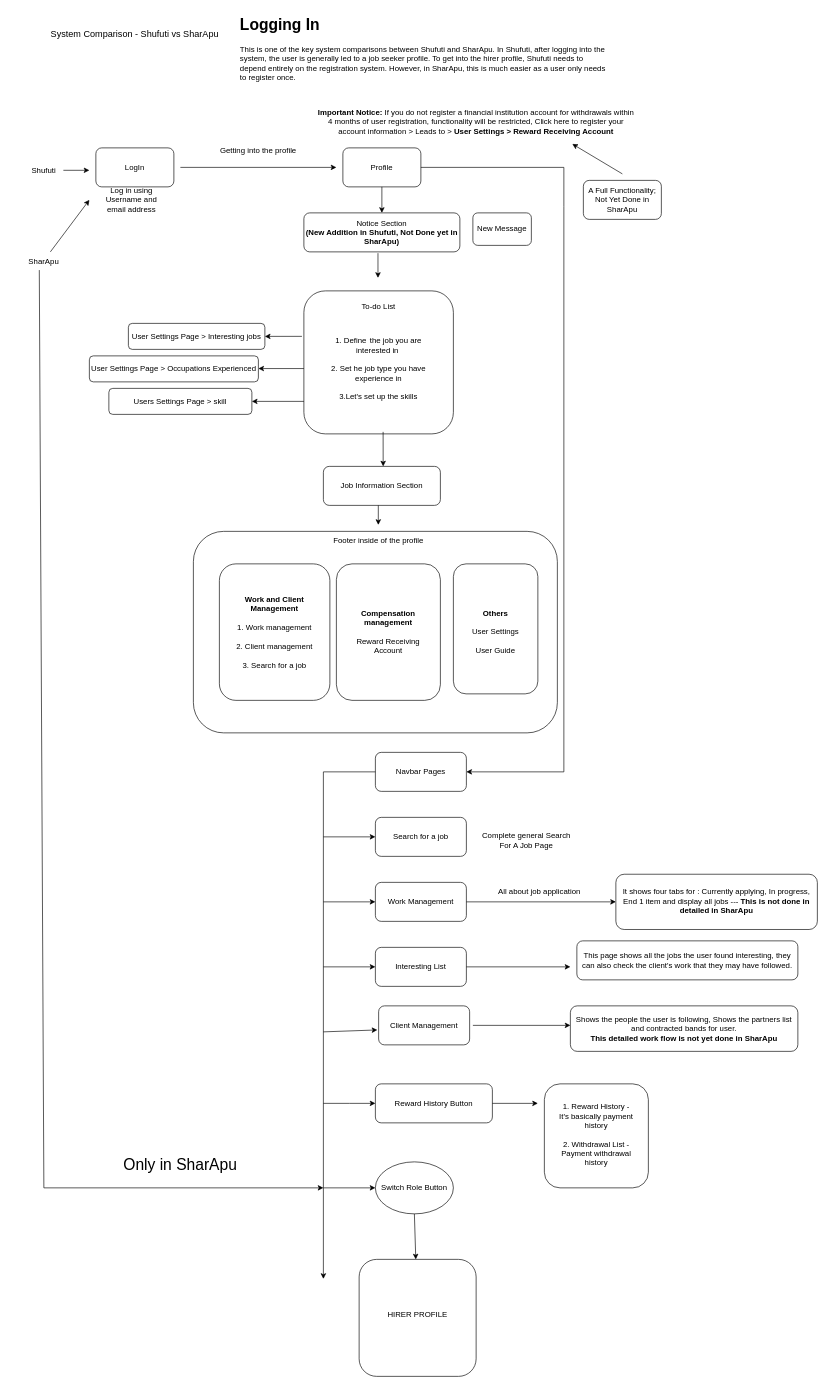
Above: System Comparison - Shufuti vs SharApu/LogginInAsAJobSeeker.drawio in SumaiyaTarannumNoor/SharApu-Job-Portal (draw.io), before the change. Source tidied: cells renumbered, new cells numbered last; positions are measured from the earlier drawing's top-left corner, leaving out a move shared by most shapes. Both pictures are drawn from the tidied source at 65%, with x=0, y=0 at pixel (11, 11).
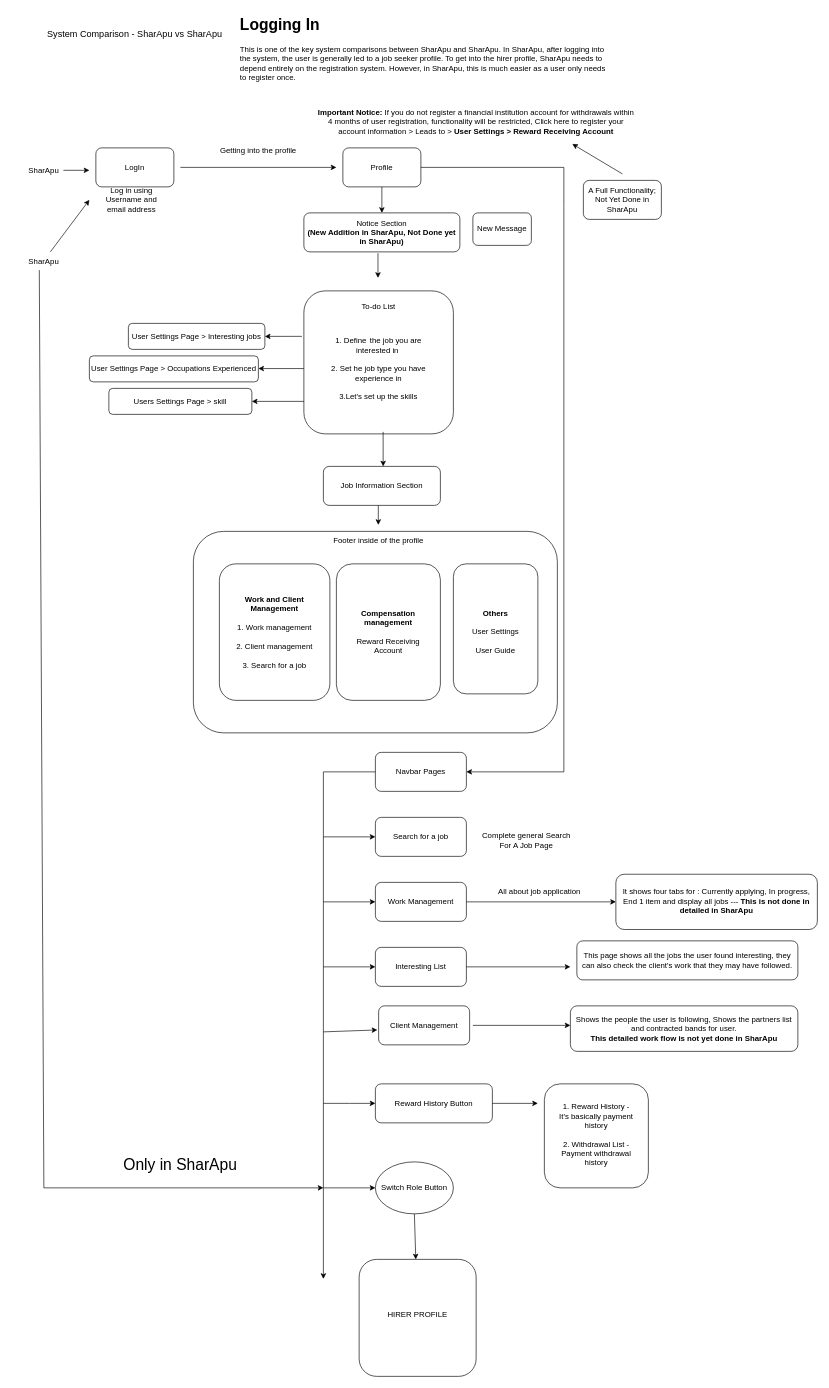
After the change.

Commit message:
Shufuti to SharApu

The edit, as a diff of the source:
```diff
@@
-    <mxCell id="2" value="&lt;font style=&quot;font-size: 14px;&quot;&gt;System Comparison - Shufuti vs SharApu&lt;/font&gt;" style="text;html=1;align=center;verticalAlign=middle;whiteSpace=wrap;rounded=0;" parent="1" vertex="1">
+    <mxCell id="2" value="&lt;font style=&quot;font-size: 14px;&quot;&gt;System Comparison - SharApu vs SharApu&lt;/font&gt;" style="text;html=1;align=center;verticalAlign=middle;whiteSpace=wrap;rounded=0;" parent="1" vertex="1">
       <mxGeometry y="20" width="380" height="30" as="geometry" />
     </mxCell>
-    <mxCell id="3" value="&lt;h1 style=&quot;margin-top: 0px;&quot;&gt;Logging In&lt;/h1&gt;&lt;p&gt;This is one of the key system comparisons between Shufuti and SharApu. In Shufuti, after logging into the system, the user is generally led to a job seeker profile. To get into the hirer profile, Shufuti needs to depend entirely on the registration system. However, in SharApu, this is much easier as a user only needs to register once.&amp;nbsp;&lt;/p&gt;" style="text;html=1;whiteSpace=wrap;overflow=hidden;rounded=0;" parent="1" vertex="1">
+    <mxCell id="3" value="&lt;h1 style=&quot;margin-top: 0px;&quot;&gt;Logging In&lt;/h1&gt;&lt;p&gt;This is one of the key system comparisons between SharApu and SharApu. In SharApu, after logging into the system, the user is generally led to a job seeker profile. To get into the hirer profile, SharApu needs to depend entirely on the registration system. However, in SharApu, this is much easier as a user only needs to register once.&amp;nbsp;&lt;/p&gt;" style="text;html=1;whiteSpace=wrap;overflow=hidden;rounded=0;" parent="1" vertex="1">
       <mxGeometry x="350" width="570" height="150" as="geometry" />
     </mxCell>
-    <mxCell id="4" value="Shufuti" style="text;html=1;align=center;verticalAlign=middle;whiteSpace=wrap;rounded=0;" parent="1" vertex="1">
+    <mxCell id="4" value="SharApu" style="text;html=1;align=center;verticalAlign=middle;whiteSpace=wrap;rounded=0;" parent="1" vertex="1">
       <mxGeometry x="20" y="230" width="60" height="30" as="geometry" />
     </mxCell>
@@
-    <mxCell id="12" value="Notice Section&lt;div&gt;&lt;b&gt;(New Addition in Shufuti, Not Done yet in SharApu)&lt;/b&gt;&lt;/div&gt;" style="rounded=1;whiteSpace=wrap;html=1;" parent="1" vertex="1">
+    <mxCell id="12" value="Notice Section&lt;div&gt;&lt;b&gt;(New Addition in SharApu, Not Done yet in SharApu)&lt;/b&gt;&lt;/div&gt;" style="rounded=1;whiteSpace=wrap;html=1;" parent="1" vertex="1">
       <mxGeometry x="450" y="310" width="240" height="60" as="geometry" />
     </mxCell>
```
